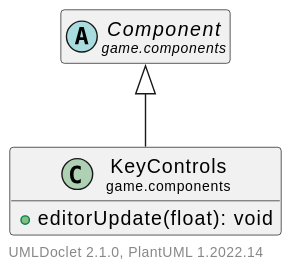
Before: doc/javadoc/game/components/KeyControls.svg, a diagram exported from PlantUML (Hirschiii/JavaGameEngine). The source it was exported from:
```plantuml
@startuml
    set namespaceSeparator none
    hide empty fields
    hide empty methods

    class "<size:14>KeyControls\n<size:10>game.components" as game.components.KeyControls [[KeyControls.html]] {
        +editorUpdate(float): void
    }

    abstract class "<size:14>Component\n<size:10>game.components" as game.components.Component [[Component.html]]

    game.components.Component <|-- game.components.KeyControls

    center footer UMLDoclet 2.1.0, PlantUML %version()
@enduml
```
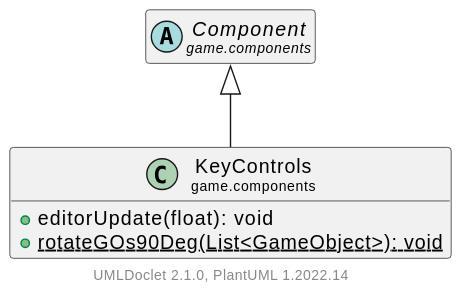
After the commit.

The edit, as a diff of the source:
```diff
@@ -5,6 +5,7 @@
 
     class "<size:14>KeyControls\n<size:10>game.components" as game.components.KeyControls [[KeyControls.html]] {
         +editorUpdate(float): void
+        {static} +rotateGOs90Deg(List<GameObject>): void
     }
 
     abstract class "<size:14>Component\n<size:10>game.components" as game.components.Component [[Component.html]]
```
